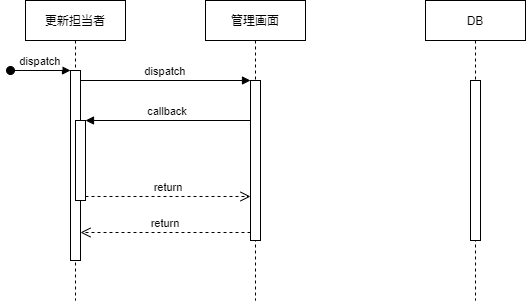
The draw.io diagram シーケンス図2.drawio.png in buyodo/webgis-dev-doc, before a commit. Source tidied: cells renumbered, new cells last; positions are measured from the earlier drawing's top-left corner, leaving out a move shared by most shapes.
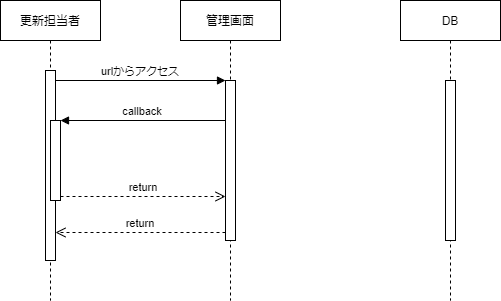
After the commit.

Commit message:
シーケンス図2.drawio.png を更新します

Diff of the diagram source:
```diff
@@ -8,11 +8,6 @@
     <mxCell id="3" style="points=[];perimeter=orthogonalPerimeter;rounded=0;shadow=0;strokeWidth=1;" parent="2" vertex="1">
       <mxGeometry x="45" y="70" width="10" height="190" as="geometry" />
     </mxCell>
-    <mxCell id="4" value="dispatch" style="verticalAlign=bottom;startArrow=oval;endArrow=block;startSize=8;shadow=0;strokeWidth=1;" parent="2" edge="1" target="3">
-      <mxGeometry relative="1" as="geometry">
-        <mxPoint x="-15" y="70" as="sourcePoint" />
-      </mxGeometry>
-    </mxCell>
     <mxCell id="5" style="points=[];perimeter=orthogonalPerimeter;rounded=0;shadow=0;strokeWidth=1;" parent="2" vertex="1">
       <mxGeometry x="50" y="120" width="10" height="80" as="geometry" />
     </mxCell>
@@ -25,7 +20,7 @@
     <mxCell id="8" value="return" style="verticalAlign=bottom;endArrow=open;dashed=1;endSize=8;exitX=0;exitY=0.95;shadow=0;strokeWidth=1;" parent="1" edge="1" source="7" target="3">
       <mxGeometry relative="1" as="geometry" />
     </mxCell>
-    <mxCell id="9" value="dispatch" style="verticalAlign=bottom;endArrow=block;entryX=0;entryY=0;shadow=0;strokeWidth=1;" parent="1" edge="1" source="3" target="7">
+    <mxCell id="9" value="urlからアクセス" style="verticalAlign=bottom;endArrow=block;entryX=0;entryY=0;shadow=0;strokeWidth=1;" parent="1" edge="1" source="3" target="7">
       <mxGeometry relative="1" as="geometry" />
     </mxCell>
     <mxCell id="10" value="callback" style="verticalAlign=bottom;endArrow=block;entryX=1;entryY=0;shadow=0;strokeWidth=1;" parent="1" edge="1" source="7" target="5">
```
